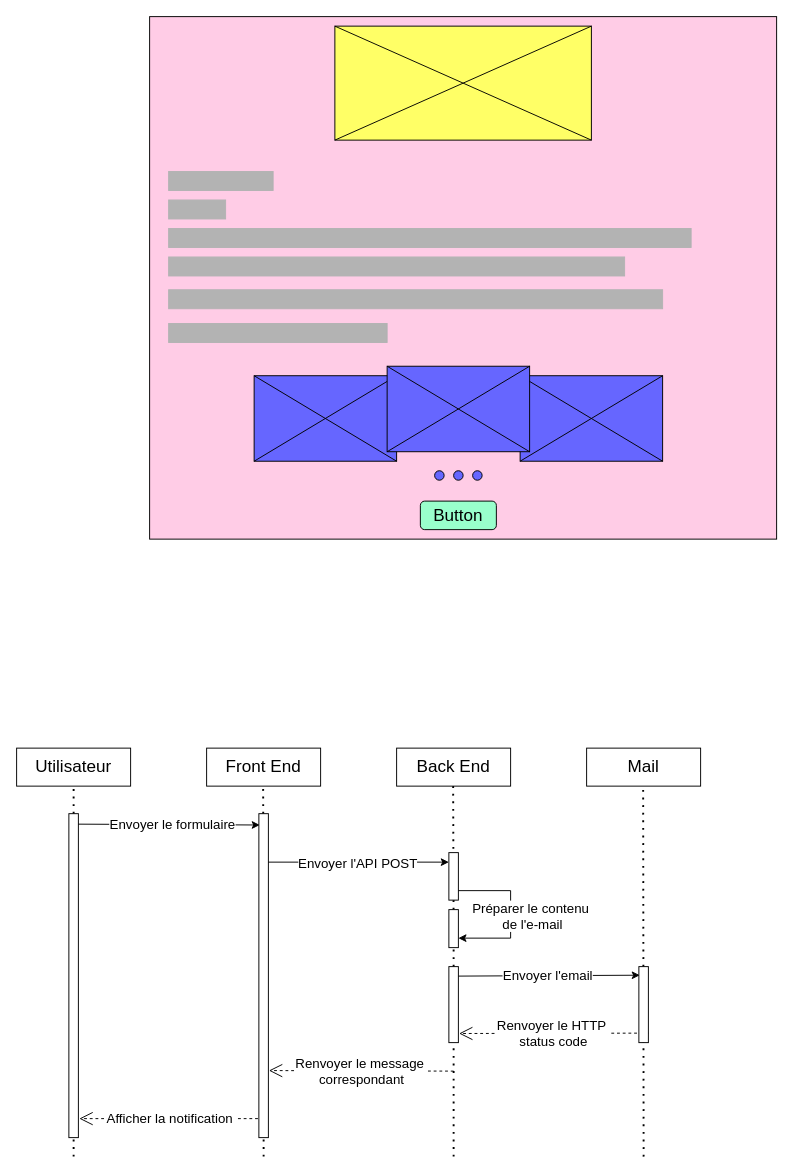
Above: portfolio.drawio in zung31/zung31 (draw.io), before the change. Source tidied: cells renumbered, new cells numbered last; positions are measured from the earlier drawing's top-left corner, leaving out a move shared by most shapes. Both pictures are drawn from the tidied source at 95%, with x=0, y=0 at pixel (16, 16).
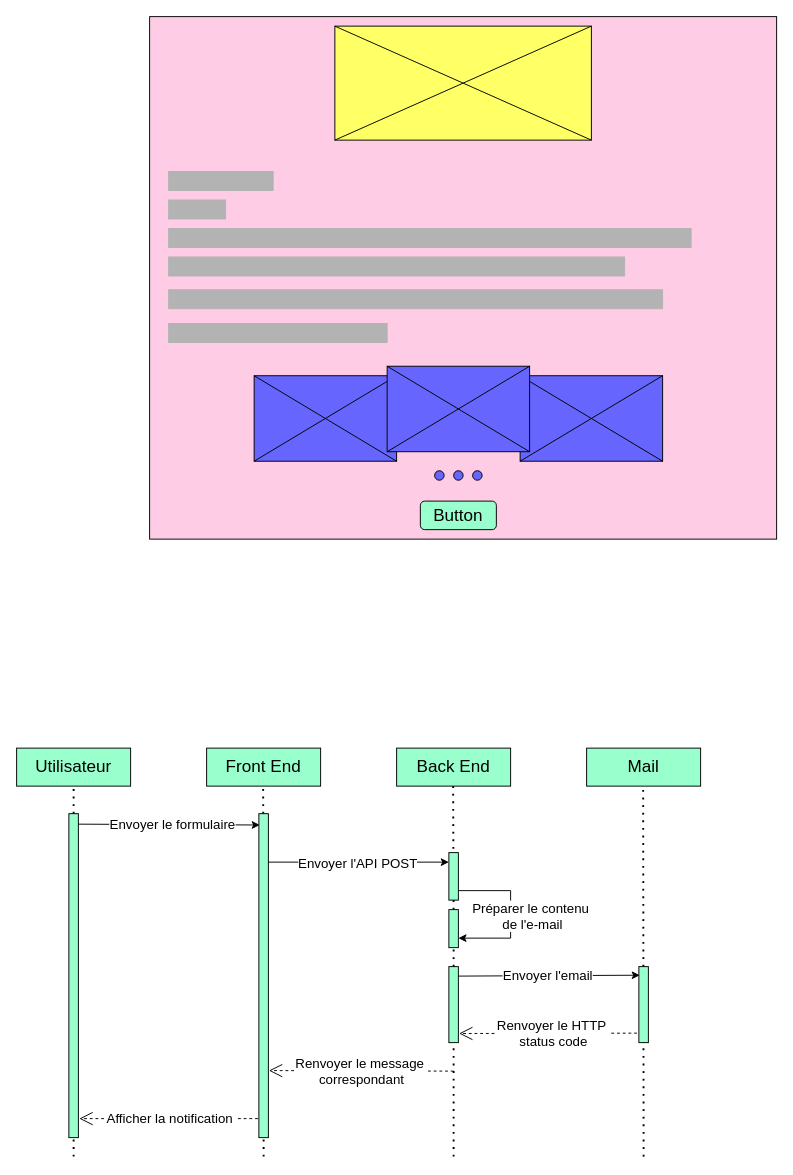
After the change.

Change to the diagram source:
```diff
@@
-    <mxCell id="26" value="&lt;font style=&quot;font-size: 18px;&quot;&gt;Utilisateur&lt;/font&gt;" style="rounded=0;whiteSpace=wrap;html=1;" parent="1" vertex="1">
+    <mxCell id="26" value="&lt;font style=&quot;font-size: 18px;&quot;&gt;Utilisateur&lt;/font&gt;" style="rounded=0;whiteSpace=wrap;html=1;fillColor=#99FFCC;" parent="1" vertex="1">
       <mxGeometry y="770" width="120" height="40" as="geometry" />
     </mxCell>
-    <mxCell id="27" value="&lt;font style=&quot;font-size: 18px;&quot;&gt;Front End&lt;/font&gt;" style="rounded=0;whiteSpace=wrap;html=1;" parent="1" vertex="1">
+    <mxCell id="27" value="&lt;font style=&quot;font-size: 18px;&quot;&gt;Front End&lt;/font&gt;" style="rounded=0;whiteSpace=wrap;html=1;fillColor=#99FFCC;" parent="1" vertex="1">
       <mxGeometry x="200" y="770" width="120" height="40" as="geometry" />
     </mxCell>
-    <mxCell id="28" value="&lt;font style=&quot;font-size: 18px;&quot;&gt;Back End&lt;/font&gt;" style="rounded=0;whiteSpace=wrap;html=1;" parent="1" vertex="1">
+    <mxCell id="28" value="&lt;font style=&quot;font-size: 18px;&quot;&gt;Back End&lt;/font&gt;" style="rounded=0;whiteSpace=wrap;html=1;fillColor=#99FFCC;" parent="1" vertex="1">
       <mxGeometry x="400" y="770" width="120" height="40" as="geometry" />
     </mxCell>
-    <mxCell id="29" value="&lt;font style=&quot;font-size: 18px;&quot;&gt;Mail&lt;/font&gt;" style="rounded=0;whiteSpace=wrap;html=1;" parent="1" vertex="1">
+    <mxCell id="29" value="&lt;font style=&quot;font-size: 18px;&quot;&gt;Mail&lt;/font&gt;" style="rounded=0;whiteSpace=wrap;html=1;fillColor=#99FFCC;" parent="1" vertex="1">
       <mxGeometry x="600" y="770" width="120" height="40" as="geometry" />
     </mxCell>
@@
-    <mxCell id="46" style="rounded=0;whiteSpace=wrap;html=1;" parent="1" vertex="1">
+    <mxCell id="46" style="rounded=0;whiteSpace=wrap;html=1;fillColor=#99FFCC;" parent="1" vertex="1">
       <mxGeometry x="55" y="839" width="10" height="341" as="geometry" />
     </mxCell>
@@
-    <mxCell id="48" style="rounded=0;whiteSpace=wrap;html=1;" parent="1" vertex="1">
+    <mxCell id="48" style="rounded=0;whiteSpace=wrap;html=1;fillColor=#99FFCC;" parent="1" vertex="1">
       <mxGeometry x="255" y="839" width="10" height="341" as="geometry" />
     </mxCell>
-    <mxCell id="49" style="rounded=0;whiteSpace=wrap;html=1;" parent="1" vertex="1">
+    <mxCell id="49" style="rounded=0;whiteSpace=wrap;html=1;fillColor=#99FFCC;" parent="1" vertex="1">
       <mxGeometry x="655" y="1000" width="10" height="80" as="geometry" />
     </mxCell>
-    <mxCell id="50" style="rounded=0;whiteSpace=wrap;html=1;" parent="1" vertex="1">
+    <mxCell id="50" style="rounded=0;whiteSpace=wrap;html=1;fillColor=#99FFCC;" parent="1" vertex="1">
       <mxGeometry x="455" y="880" width="10" height="50" as="geometry" />
     </mxCell>
@@
-    <mxCell id="52" style="rounded=0;whiteSpace=wrap;html=1;" parent="1" vertex="1">
+    <mxCell id="52" style="rounded=0;whiteSpace=wrap;html=1;fillColor=#99FFCC;" parent="1" vertex="1">
       <mxGeometry x="455" y="940" width="10" height="40" as="geometry" />
     </mxCell>
@@
-    <mxCell id="54" style="rounded=0;whiteSpace=wrap;html=1;" parent="1" vertex="1">
+    <mxCell id="54" style="rounded=0;whiteSpace=wrap;html=1;fillColor=#99FFCC;" parent="1" vertex="1">
       <mxGeometry x="455" y="1000" width="10" height="80" as="geometry" />
     </mxCell>
```
